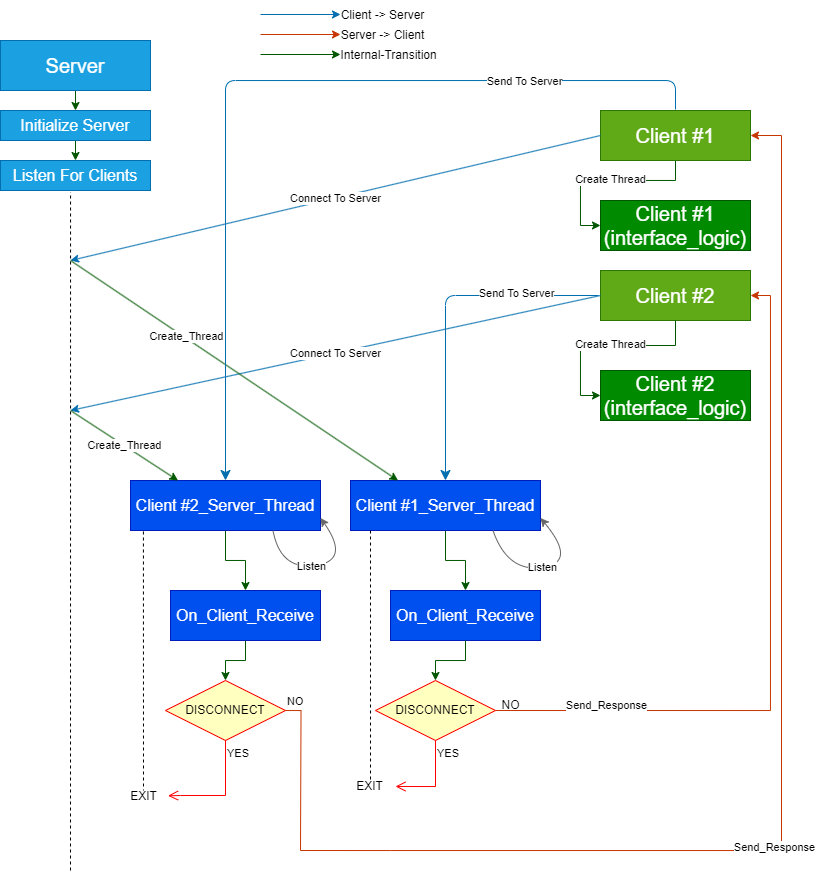
Earlier version of the draw.io export imagini/tcp.png (chinezprost/Proiect-Retele-E2). Source tidied: cells renumbered, new cells last; positions are measured from the earlier drawing's top-left corner, leaving out a move shared by most shapes.
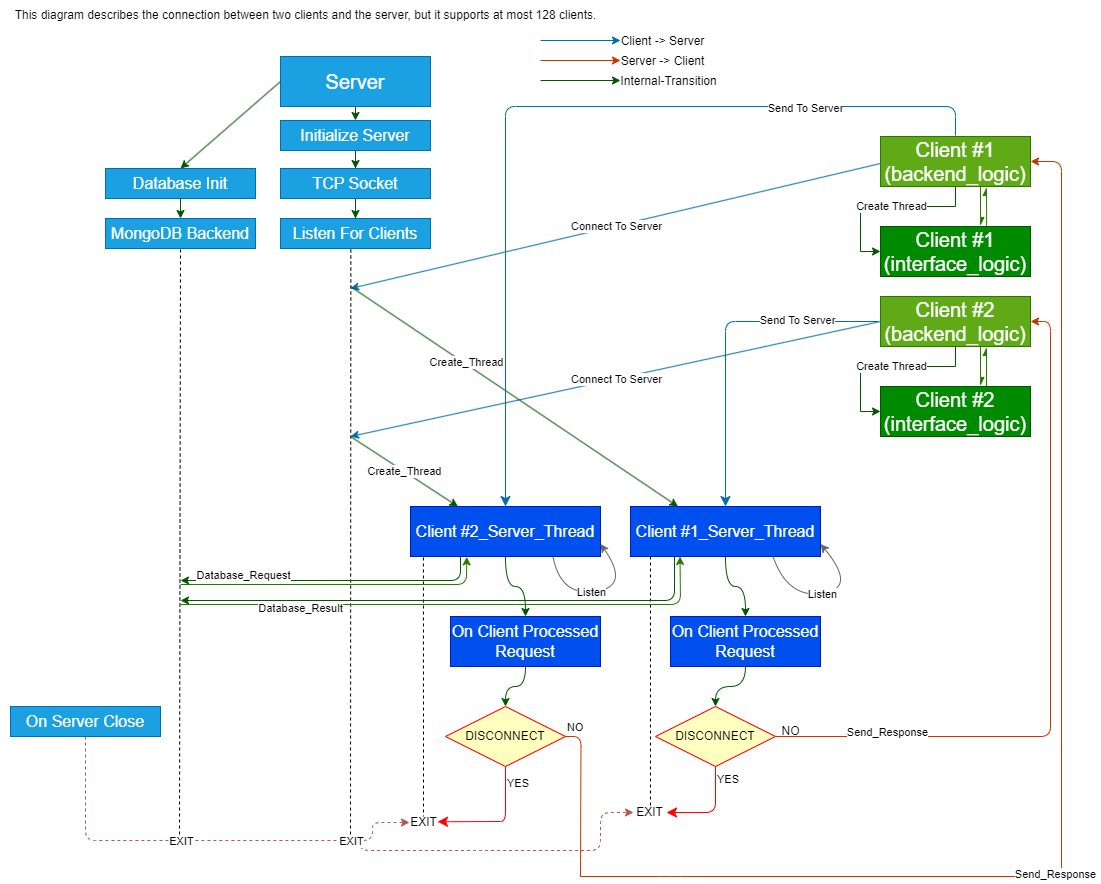
The same diagram one commit later.

The edit, as a diff of the source:
```diff
@@ -8,3 +8,3 @@
     <mxCell id="3" value="&lt;font style=&quot;font-size: 20px;&quot;&gt;Server&lt;/font&gt;" style="rounded=0;whiteSpace=wrap;html=1;fillColor=#1ba1e2;fontColor=#ffffff;strokeColor=#006EAF;" parent="1" vertex="1">
-      <mxGeometry y="40" width="150" height="50" as="geometry" />
+      <mxGeometry y="30" width="150" height="50" as="geometry" />
     </mxCell>
@@ -16,18 +16,18 @@
     </mxCell>
-    <mxCell id="6" value="&lt;font style=&quot;font-size: 20px;&quot;&gt;Client #1&lt;br&gt;&lt;/font&gt;" style="rounded=0;whiteSpace=wrap;html=1;fillColor=#60a917;fontColor=#ffffff;strokeColor=#2D7600;" parent="1" vertex="1">
+    <mxCell id="6" value="&lt;font style=&quot;font-size: 20px;&quot;&gt;Client #1&lt;br&gt;(backend_logic)&lt;br&gt;&lt;/font&gt;" style="rounded=0;whiteSpace=wrap;html=1;fillColor=#60a917;fontColor=#ffffff;strokeColor=#2D7600;" parent="1" vertex="1">
       <mxGeometry x="600" y="110" width="150" height="50" as="geometry" />
     </mxCell>
-    <mxCell id="7" value="&lt;font style=&quot;font-size: 20px;&quot;&gt;Client #2&lt;br&gt;&lt;/font&gt;" style="rounded=0;whiteSpace=wrap;html=1;fillColor=#60a917;fontColor=#ffffff;strokeColor=#2D7600;" parent="1" vertex="1">
+    <mxCell id="7" value="&lt;font style=&quot;font-size: 20px;&quot;&gt;Client #2&lt;br&gt;(backend_logic)&lt;br&gt;&lt;/font&gt;" style="rounded=0;whiteSpace=wrap;html=1;fillColor=#60a917;fontColor=#ffffff;strokeColor=#2D7600;" parent="1" vertex="1">
       <mxGeometry x="600" y="270" width="150" height="50" as="geometry" />
     </mxCell>
-    <mxCell id="8" style="edgeStyle=orthogonalEdgeStyle;rounded=0;jettySize=auto;html=1;exitX=0.5;exitY=1;exitDx=0;exitDy=0;entryX=0.5;entryY=0;entryDx=0;entryDy=0;fillColor=#008a00;strokeColor=#005700;" parent="1" edge="1" source="9" target="10">
-      <mxGeometry relative="1" as="geometry" />
-    </mxCell>
+    <mxCell id="60" style="edgeStyle=orthogonalEdgeStyle;rounded=0;jettySize=auto;html=1;entryX=0.5;entryY=0;entryDx=0;entryDy=0;fillColor=#008a00;strokeColor=#005700;" parent="1" edge="1" source="9" target="79">
+      <mxGeometry relative="1" as="geometry" />
+    </mxCell>
     <mxCell id="9" value="&lt;font style=&quot;font-size: 16px;&quot;&gt;Initialize Server&lt;/font&gt;" style="rounded=0;whiteSpace=wrap;html=1;fillColor=#1ba1e2;fontColor=#ffffff;strokeColor=#006EAF;" parent="1" vertex="1">
-      <mxGeometry y="110" width="150" height="30" as="geometry" />
+      <mxGeometry y="94" width="150" height="30" as="geometry" />
     </mxCell>
     <mxCell id="10" value="&lt;span style=&quot;font-size: 16px;&quot;&gt;Listen For Clients&lt;br&gt;&lt;/span&gt;" style="rounded=0;whiteSpace=wrap;html=1;fillColor=#1ba1e2;fontColor=#ffffff;strokeColor=#006EAF;" parent="1" vertex="1">
-      <mxGeometry y="160" width="150" height="30" as="geometry" />
+      <mxGeometry y="192" width="150" height="30" as="geometry" />
     </mxCell>
-    <mxCell id="11" style="edgeStyle=orthogonalEdgeStyle;rounded=0;jettySize=auto;html=1;exitX=0.5;exitY=1;exitDx=0;exitDy=0;entryX=0.5;entryY=0;entryDx=0;entryDy=0;fillColor=#008a00;strokeColor=#005700;" parent="1" edge="1" source="12" target="38">
+    <mxCell id="11" style="edgeStyle=orthogonalEdgeStyle;jettySize=auto;html=1;exitX=0.5;exitY=1;exitDx=0;exitDy=0;entryX=0.5;entryY=0;entryDx=0;entryDy=0;fillColor=#008a00;strokeColor=#005700;curved=1;" parent="1" edge="1" source="12" target="38">
       <mxGeometry relative="1" as="geometry" />
@@ -37,3 +37,3 @@
     </mxCell>
-    <mxCell id="13" style="edgeStyle=orthogonalEdgeStyle;rounded=0;jettySize=auto;html=1;entryX=0.5;entryY=0;entryDx=0;entryDy=0;fillColor=#008a00;strokeColor=#005700;" parent="1" edge="1" source="14" target="35">
+    <mxCell id="13" style="edgeStyle=orthogonalEdgeStyle;jettySize=auto;html=1;entryX=0.5;entryY=0;entryDx=0;entryDy=0;fillColor=#008a00;strokeColor=#005700;curved=1;" parent="1" edge="1" source="14" target="35">
       <mxGeometry relative="1" as="geometry" />
@@ -43,5 +43,6 @@
     </mxCell>
-    <mxCell id="15" style="endArrow=classic;html=1;rounded=0;exitX=0;exitY=0.5;exitDx=0;exitDy=0;fillColor=#1ba1e2;strokeColor=#006EAF;" parent="1" edge="1" source="6">
+    <mxCell id="15" style="endArrow=classic;html=1;rounded=0;exitX=0;exitY=0.5;exitDx=0;exitDy=0;fillColor=#1ba1e2;strokeColor=#006EAF;" parent="1" edge="1">
       <mxGeometry relative="1" as="geometry">
-        <mxPoint x="70" y="260" as="targetPoint" />
+        <mxPoint x="600" y="137" as="sourcePoint" />
+        <mxPoint x="70" y="262" as="targetPoint" />
       </mxGeometry>
@@ -51,5 +52,5 @@
     </mxCell>
-    <mxCell id="17" style="endArrow=none;dashed=1;html=1;rounded=0;entryX=0.467;entryY=1.057;entryDx=0;entryDy=0;entryPerimeter=0;" parent="1" edge="1" target="10">
+    <mxCell id="17" style="endArrow=none;dashed=1;html=1;rounded=0;entryX=0.469;entryY=0.994;entryDx=0;entryDy=0;entryPerimeter=0;" parent="1" edge="1" target="10">
       <mxGeometry relative="1" as="geometry">
-        <mxPoint x="70" y="870" as="sourcePoint" />
+        <mxPoint x="70" y="814" as="sourcePoint" />
       </mxGeometry>
@@ -106,3 +107,3 @@
     <mxCell id="29" value="&lt;font style=&quot;font-size: 20px;&quot;&gt;Client #2&lt;br&gt;(interface_logic)&lt;br&gt;&lt;/font&gt;" style="rounded=0;whiteSpace=wrap;html=1;fillColor=#008a00;fontColor=#ffffff;strokeColor=#005700;" parent="1" vertex="1">
-      <mxGeometry x="600" y="370" width="150" height="50" as="geometry" />
+      <mxGeometry x="600" y="360" width="150" height="50" as="geometry" />
     </mxCell>
@@ -114,3 +115,3 @@
     </mxCell>
-    <mxCell id="32" style="edgeStyle=orthogonalEdgeStyle;rounded=0;jettySize=auto;html=1;entryX=1;entryY=0.5;entryDx=0;entryDy=0;fillColor=#fa6800;strokeColor=#C73500;" parent="1" edge="1" target="6">
+    <mxCell id="32" style="edgeStyle=orthogonalEdgeStyle;rounded=1;jettySize=auto;html=1;entryX=1;entryY=0.5;entryDx=0;entryDy=0;fillColor=#fa6800;strokeColor=#C73500;" parent="1" edge="1" target="6">
       <mxGeometry relative="1" as="geometry">
@@ -127,9 +128,9 @@
     </mxCell>
-    <mxCell id="34" style="edgeStyle=orthogonalEdgeStyle;rounded=0;jettySize=auto;html=1;entryX=0.5;entryY=0;entryDx=0;entryDy=0;fillColor=#008a00;strokeColor=#005700;" parent="1" edge="1" source="35" target="51">
+    <mxCell id="34" style="edgeStyle=orthogonalEdgeStyle;jettySize=auto;html=1;entryX=0.5;entryY=0;entryDx=0;entryDy=0;fillColor=#008a00;strokeColor=#005700;curved=1;" parent="1" edge="1" source="35" target="51">
       <mxGeometry relative="1" as="geometry" />
     </mxCell>
-    <mxCell id="35" value="&lt;font style=&quot;font-size: 16px;&quot;&gt;On_Client_Receive&lt;/font&gt;" style="rounded=0;whiteSpace=wrap;html=1;fillColor=#0050ef;fontColor=#ffffff;strokeColor=#001DBC;" parent="1" vertex="1">
+    <mxCell id="35" value="&lt;span style=&quot;font-size: 16px;&quot;&gt;On Client Processed Request&lt;/span&gt;" style="rounded=0;whiteSpace=wrap;html=1;fillColor=#0050ef;fontColor=#ffffff;strokeColor=#001DBC;" parent="1" vertex="1">
       <mxGeometry x="170" y="590" width="150" height="50" as="geometry" />
     </mxCell>
-    <mxCell id="36" style="edgeStyle=orthogonalEdgeStyle;rounded=0;jettySize=auto;html=1;entryX=1;entryY=0.5;entryDx=0;entryDy=0;fillColor=#fa6800;strokeColor=#C73500;exitX=1;exitY=0.5;exitDx=0;exitDy=0;" parent="1" edge="1" source="55" target="7">
+    <mxCell id="36" style="edgeStyle=orthogonalEdgeStyle;jettySize=auto;html=1;entryX=1;entryY=0.5;entryDx=0;entryDy=0;fillColor=#fa6800;strokeColor=#C73500;exitX=1;exitY=0.5;exitDx=0;exitDy=0;rounded=1;" parent="1" edge="1" source="55" target="7">
       <mxGeometry relative="1" as="geometry" />
@@ -141,3 +142,3 @@
     </mxCell>
-    <mxCell id="38" value="&lt;font style=&quot;font-size: 16px;&quot;&gt;On_Client_Receive&lt;br&gt;&lt;/font&gt;" style="rounded=0;whiteSpace=wrap;html=1;fillColor=#0050ef;fontColor=#ffffff;strokeColor=#001DBC;" parent="1" vertex="1">
+    <mxCell id="38" value="&lt;font style=&quot;font-size: 16px;&quot;&gt;On Client Processed Request&lt;br&gt;&lt;/font&gt;" style="rounded=0;whiteSpace=wrap;html=1;fillColor=#0050ef;fontColor=#ffffff;strokeColor=#001DBC;" parent="1" vertex="1">
       <mxGeometry x="390" y="590" width="150" height="50" as="geometry" />
@@ -206,3 +207,3 @@
     </mxCell>
-    <mxCell id="52" value="NO" style="edgeStyle=orthogonalEdgeStyle;html=1;align=left;verticalAlign=bottom;endArrow=none;endSize=8;strokeColor=#C73500;rounded=0;fillColor=#fa6800;endFill=0;" parent="1" edge="1" source="51">
+    <mxCell id="52" value="NO" style="edgeStyle=orthogonalEdgeStyle;html=1;align=left;verticalAlign=bottom;endArrow=none;endSize=8;strokeColor=#C73500;rounded=1;fillColor=#fa6800;endFill=0;" parent="1" edge="1" source="51">
       <mxGeometry x="-1" relative="1" as="geometry">
@@ -211,7 +212,8 @@
     </mxCell>
-    <mxCell id="53" value="YES" style="edgeStyle=orthogonalEdgeStyle;html=1;align=left;verticalAlign=top;endArrow=open;endSize=8;strokeColor=#ff0000;rounded=0;entryX=0.991;entryY=0.476;entryDx=0;entryDy=0;entryPerimeter=0;" parent="1" edge="1" source="51" target="54">
-      <mxGeometry x="-1" relative="1" as="geometry">
+    <mxCell id="53" value="YES" style="edgeStyle=orthogonalEdgeStyle;html=1;align=left;verticalAlign=top;endArrow=classic;endSize=8;strokeColor=#ff0000;rounded=1;entryX=0.991;entryY=0.476;entryDx=0;entryDy=0;entryPerimeter=0;endFill=1;exitX=0.5;exitY=1;exitDx=0;exitDy=0;" parent="1" edge="1" source="51">
+      <mxGeometry x="-0.94" relative="1" as="geometry">
+        <mxPoint x="157" y="795.3" as="targetPoint" />
         <Array as="points">
           <mxPoint x="225" y="795" />
-          <mxPoint x="180" y="795" />
+          <mxPoint x="215" y="795" />
         </Array>
@@ -225,4 +227,5 @@
     </mxCell>
-    <mxCell id="56" value="YES" style="edgeStyle=orthogonalEdgeStyle;html=1;align=left;verticalAlign=top;endArrow=open;endSize=8;strokeColor=#ff0000;rounded=0;entryX=1.02;entryY=0.5;entryDx=0;entryDy=0;entryPerimeter=0;" parent="1" edge="1" source="55" target="57">
+    <mxCell id="56" value="YES" style="edgeStyle=orthogonalEdgeStyle;html=1;align=left;verticalAlign=top;endArrow=classic;endSize=8;strokeColor=#ff0000;rounded=1;endFill=1;" parent="1" edge="1" source="55">
       <mxGeometry x="-1" relative="1" as="geometry">
+        <mxPoint x="386" y="786" as="targetPoint" />
         <Array as="points">
@@ -235,3 +238,3 @@
     </mxCell>
-    <mxCell id="58" style="edgeStyle=orthogonalEdgeStyle;rounded=0;jettySize=auto;html=1;entryX=0.5;entryY=0;entryDx=0;entryDy=0;fillColor=#008a00;strokeColor=#005700;exitX=0.5;exitY=1;exitDx=0;exitDy=0;" parent="1" edge="1" source="38" target="55">
+    <mxCell id="58" style="edgeStyle=orthogonalEdgeStyle;jettySize=auto;html=1;entryX=0.5;entryY=0;entryDx=0;entryDy=0;fillColor=#008a00;strokeColor=#005700;exitX=0.5;exitY=1;exitDx=0;exitDy=0;curved=1;" parent="1" edge="1" source="38" target="55">
       <mxGeometry relative="1" as="geometry" />
@@ -241,2 +244,133 @@
     </mxCell>
+    <mxCell id="61" value="&lt;span style=&quot;font-size: 16px;&quot;&gt;Database Init&lt;/span&gt;" style="rounded=0;whiteSpace=wrap;html=1;fillColor=#1ba1e2;fontColor=#ffffff;strokeColor=#006EAF;" parent="1" vertex="1">
+      <mxGeometry x="-175" y="142" width="150" height="30" as="geometry" />
+    </mxCell>
+    <mxCell id="62" value="&lt;font style=&quot;font-size: 16px;&quot;&gt;MongoDB Backend&lt;/font&gt;" style="rounded=0;whiteSpace=wrap;html=1;fillColor=#1ba1e2;fontColor=#ffffff;strokeColor=#006EAF;" parent="1" vertex="1">
+      <mxGeometry x="-175" y="192" width="150" height="30" as="geometry" />
+    </mxCell>
+    <mxCell id="63" style="endArrow=classic;html=1;exitX=0;exitY=0.5;exitDx=0;exitDy=0;entryX=0.5;entryY=0;entryDx=0;entryDy=0;fillColor=#008a00;strokeColor=#005700;rounded=0;" parent="1" edge="1" source="3" target="61">
+      <mxGeometry relative="1" as="geometry" />
+    </mxCell>
+    <mxCell id="64" style="endArrow=none;dashed=1;html=1;rounded=0;entryX=0.5;entryY=1;entryDx=0;entryDy=0;strokeWidth=1;" parent="1" edge="1" target="62">
+      <mxGeometry relative="1" as="geometry">
+        <mxPoint x="-101" y="814" as="sourcePoint" />
+      </mxGeometry>
+    </mxCell>
+    <mxCell id="65" style="endArrow=classic;html=1;rounded=0;exitX=0.5;exitY=1;exitDx=0;exitDy=0;entryX=0.5;entryY=0;entryDx=0;entryDy=0;fillColor=#008a00;strokeColor=#005700;" parent="1" edge="1" source="61" target="62">
+      <mxGeometry relative="1" as="geometry" />
+    </mxCell>
+    <mxCell id="66" style="endArrow=none;html=1;rounded=1;startArrow=classic;startFill=1;fillColor=#60a917;strokeColor=#2D7600;endFill=0;exitX=0.25;exitY=1;exitDx=0;exitDy=0;" parent="1" edge="1">
+      <mxGeometry relative="1" as="geometry">
+        <mxPoint x="399.5" y="530" as="sourcePoint" />
+        <mxPoint x="-100" y="578" as="targetPoint" />
+        <Array as="points">
+          <mxPoint x="400" y="578" />
+        </Array>
+      </mxGeometry>
+    </mxCell>
+    <mxCell id="67" style="endArrow=none;html=1;rounded=1;startArrow=classic;startFill=1;fillColor=#60a917;strokeColor=#2D7600;endFill=0;exitX=0.317;exitY=1.007;exitDx=0;exitDy=0;exitPerimeter=0;" parent="1" edge="1">
+      <mxGeometry relative="1" as="geometry">
+        <mxPoint x="186.2" y="530.3" as="sourcePoint" />
+        <mxPoint x="-100" y="558" as="targetPoint" />
+        <Array as="points">
+          <mxPoint x="186" y="558" />
+        </Array>
+      </mxGeometry>
+    </mxCell>
+    <mxCell id="68" style="endArrow=classic;html=1;rounded=1;startArrow=none;startFill=0;fillColor=#008a00;strokeColor=#005700;exitX=0.263;exitY=1.003;exitDx=0;exitDy=0;exitPerimeter=0;" parent="1" edge="1" source="14">
+      <mxGeometry relative="1" as="geometry">
+        <mxPoint x="-100" y="554" as="targetPoint" />
+        <Array as="points">
+          <mxPoint x="180" y="554" />
+        </Array>
+      </mxGeometry>
+    </mxCell>
+    <mxCell id="69" value="&lt;font style=&quot;font-size: 11px;&quot;&gt;Database_Request&lt;br style=&quot;font-size: 11px;&quot;&gt;&lt;/font&gt;" style="edgeLabel;html=1;align=center;verticalAlign=middle;fontSize=11;" parent="68" vertex="1">
+      <mxGeometry x="0.56" y="-1" relative="1" as="geometry">
+        <mxPoint x="-5" y="-5" as="offset" />
+      </mxGeometry>
+    </mxCell>
+    <mxCell id="70" value="&lt;font style=&quot;font-size: 11px;&quot;&gt;Database_Result&lt;/font&gt;" style="edgeLabel;html=1;align=center;verticalAlign=middle;" parent="1" vertex="1">
+      <mxGeometry x="-6" y="575" as="geometry">
+        <mxPoint x="26" y="6" as="offset" />
+      </mxGeometry>
+    </mxCell>
+    <mxCell id="71" style="endArrow=classic;html=1;exitX=0.25;exitY=1;exitDx=0;exitDy=0;startArrow=none;startFill=0;fillColor=#008a00;strokeColor=#005700;rounded=1;" parent="1" edge="1">
+      <mxGeometry relative="1" as="geometry">
+        <mxPoint x="394" y="530" as="sourcePoint" />
+        <mxPoint x="-100" y="574" as="targetPoint" />
+        <Array as="points">
+          <mxPoint x="394" y="574" />
+        </Array>
+      </mxGeometry>
+    </mxCell>
+    <mxCell id="72" value="&lt;font style=&quot;font-size: 7px;&quot;&gt;&lt;br&gt;&lt;/font&gt;" style="edgeLabel;html=1;align=center;verticalAlign=middle;" parent="1" vertex="1">
+      <mxGeometry x="-47" y="570" as="geometry" />
+    </mxCell>
+    <mxCell id="73" value="This diagram describes the connection between two clients and the server, but it supports at most 128 clients." style="text;html=1;align=center;verticalAlign=middle;strokeColor=none;fillColor=none;" parent="1" vertex="1">
+      <mxGeometry x="-280" y="-26" width="610" height="30" as="geometry" />
+    </mxCell>
+    <mxCell id="74" value="&lt;font style=&quot;font-size: 16px;&quot;&gt;On Server Close&lt;br&gt;&lt;/font&gt;" style="rounded=0;whiteSpace=wrap;html=1;fillColor=#1ba1e2;fontColor=#ffffff;strokeColor=#006EAF;" parent="1" vertex="1">
+      <mxGeometry x="-270" y="680" width="150" height="30" as="geometry" />
+    </mxCell>
+    <mxCell id="75" style="endArrow=classic;html=1;rounded=1;exitX=0.5;exitY=1;exitDx=0;exitDy=0;fillColor=#f8cecc;strokeColor=#b85450;gradientColor=#ea6b66;dashed=1;" parent="1" edge="1" source="74">
+      <mxGeometry relative="1" as="geometry">
+        <mxPoint x="129" y="796" as="targetPoint" />
+        <Array as="points">
+          <mxPoint x="-195" y="814" />
+          <mxPoint x="92" y="814" />
+          <mxPoint x="92" y="796" />
+        </Array>
+      </mxGeometry>
+    </mxCell>
+    <mxCell id="76" value="EXIT" style="edgeLabel;html=1;align=center;verticalAlign=middle;" parent="75" vertex="1">
+      <mxGeometry x="-0.13" relative="1" as="geometry">
+        <mxPoint x="6" as="offset" />
+      </mxGeometry>
+    </mxCell>
+    <mxCell id="77" style="endArrow=classic;html=1;rounded=1;fillColor=#f8cecc;strokeColor=#b85450;gradientColor=#ea6b66;endFill=1;dashed=1;" parent="1" edge="1">
+      <mxGeometry relative="1" as="geometry">
+        <mxPoint x="80" y="814" as="sourcePoint" />
+        <mxPoint x="353" y="786" as="targetPoint" />
+        <Array as="points">
+          <mxPoint x="80" y="824" />
+          <mxPoint x="200" y="824" />
+          <mxPoint x="320" y="824" />
+          <mxPoint x="320" y="786" />
+        </Array>
+      </mxGeometry>
+    </mxCell>
+    <mxCell id="78" style="edgeStyle=orthogonalEdgeStyle;rounded=0;jettySize=auto;html=1;fillColor=#008a00;strokeColor=#005700;" parent="1" edge="1" source="79" target="10">
+      <mxGeometry relative="1" as="geometry" />
+    </mxCell>
+    <mxCell id="79" value="&lt;span style=&quot;font-size: 16px;&quot;&gt;TCP Socket&lt;br&gt;&lt;/span&gt;" style="rounded=0;whiteSpace=wrap;html=1;fillColor=#1ba1e2;fontColor=#ffffff;strokeColor=#006EAF;" parent="1" vertex="1">
+      <mxGeometry y="142" width="150" height="30" as="geometry" />
+    </mxCell>
+    <mxCell id="80" value="EXIT" style="edgeLabel;html=1;align=center;verticalAlign=middle;" parent="1" vertex="1">
+      <mxGeometry x="70" y="814" as="geometry" />
+    </mxCell>
+    <mxCell id="81" style="edgeStyle=none;orthogonalLoop=1;jettySize=auto;html=1;rounded=0;endArrow=async;endFill=1;fillColor=#60a917;strokeColor=#2D7600;" parent="1" edge="1">
+      <mxGeometry relative="1" as="geometry">
+        <mxPoint x="700" y="160" as="sourcePoint" />
+        <mxPoint x="700" y="199" as="targetPoint" />
+      </mxGeometry>
+    </mxCell>
+    <mxCell id="82" style="edgeStyle=none;orthogonalLoop=1;jettySize=auto;html=1;rounded=0;exitX=0.721;exitY=-0.009;exitDx=0;exitDy=0;endArrow=async;endFill=1;exitPerimeter=0;fillColor=#60a917;strokeColor=#2D7600;" parent="1" edge="1">
+      <mxGeometry relative="1" as="geometry">
+        <mxPoint x="706.2" y="199.6" as="sourcePoint" />
+        <mxPoint x="706" y="161" as="targetPoint" />
+      </mxGeometry>
+    </mxCell>
+    <mxCell id="83" style="edgeStyle=none;orthogonalLoop=1;jettySize=auto;html=1;rounded=0;endArrow=async;endFill=1;fillColor=#60a917;strokeColor=#2D7600;" parent="1" edge="1">
+      <mxGeometry relative="1" as="geometry">
+        <mxPoint x="700" y="320" as="sourcePoint" />
+        <mxPoint x="700" y="359" as="targetPoint" />
+      </mxGeometry>
+    </mxCell>
+    <mxCell id="84" style="edgeStyle=none;orthogonalLoop=1;jettySize=auto;html=1;rounded=0;exitX=0.721;exitY=-0.009;exitDx=0;exitDy=0;endArrow=async;endFill=1;exitPerimeter=0;fillColor=#60a917;strokeColor=#2D7600;" parent="1" edge="1">
+      <mxGeometry relative="1" as="geometry">
+        <mxPoint x="706" y="360" as="sourcePoint" />
+        <mxPoint x="706" y="321" as="targetPoint" />
+      </mxGeometry>
+    </mxCell>
   </root>
```
